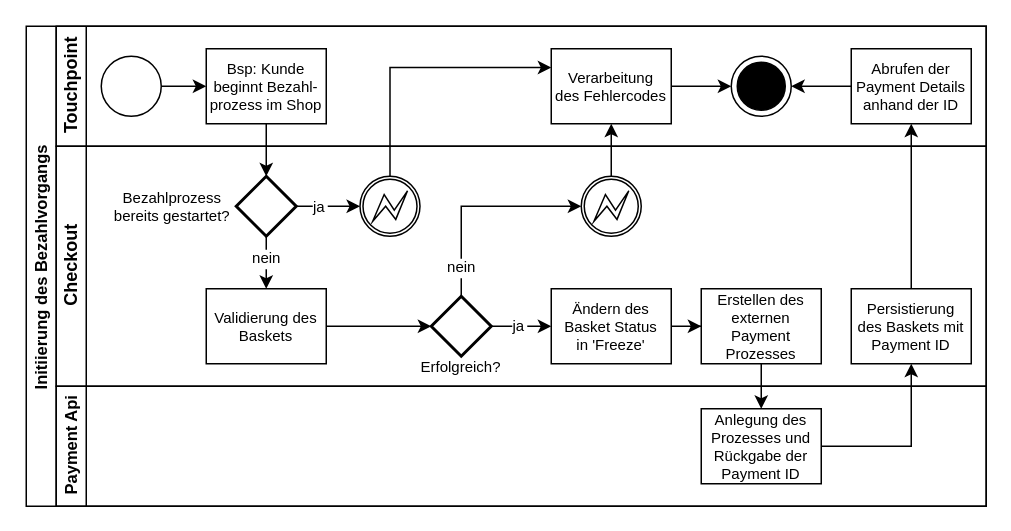
This is svg/SL InitPayment.drawio from Thalmaier/bachelor-thesis, a draw.io file, before an edit. Source tidied: cells renumbered, new cells numbered last; positions are measured from the earlier drawing's top-left corner, leaving out a move shared by most shapes. Both pictures are drawn from the tidied source at 150%, with x=0, y=0 at pixel (26, 26).
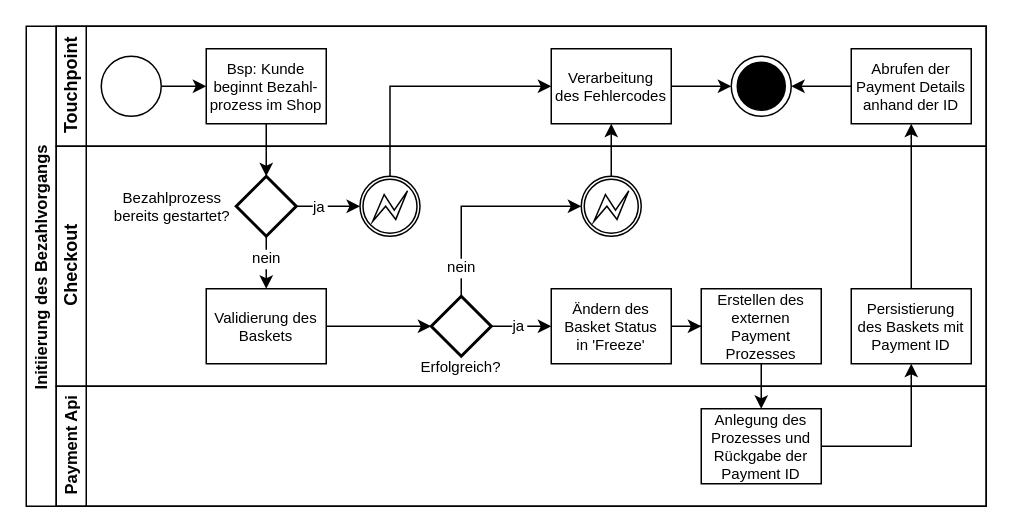
The same page after the edit.

Unchanged cells that the change refers to:
```xml
<mxCell id="2" value="Initiierung des Bezahlvorgangs" style="swimlane;horizontal=0;startSize=20;fontColor=#000000;strokeColor=#000000;fontSize=11;fillColor=none;" parent="1" vertex="1">
  <mxGeometry width="640" height="320" as="geometry" />
</mxCell>
<mxCell id="8" value="Verarbeitung&#10;des Fehlercodes" style="rounded=0;fontFamily=Helvetica;fontSize=10;fontColor=#000000;align=center;strokeColor=#000000;fillColor=#FFFFFF;" parent="3" vertex="1">
  <mxGeometry x="330" y="15" width="80" height="50" as="geometry" />
</mxCell>
<mxCell id="16" style="points=[[0.145,0.145,0],[0.5,0,0],[0.855,0.145,0],[1,0.5,0],[0.855,0.855,0],[0.5,1,0],[0.145,0.855,0],[0,0.5,0]];shape=mxgraph.bpmn.event;html=1;verticalLabelPosition=bottom;labelBackgroundColor=#ffffff;verticalAlign=top;align=center;perimeter=ellipsePerimeter;outlineConnect=0;outline=boundInt;symbol=error;fontSize=10;fontColor=#000000;strokeColor=#000000;fillColor=#FFFFFF;" parent="15" vertex="1">
  <mxGeometry x="202.5" y="20" width="40" height="40" as="geometry" />
</mxCell>
```

Change to the diagram source:
```diff
@@
-    <mxCell id="13" style="edgeStyle=orthogonalEdgeStyle;rounded=0;jettySize=auto;html=1;fontSize=10;fontColor=#000000;strokeColor=#000000;exitX=0.5;exitY=0;exitDx=0;exitDy=0;exitPerimeter=0;entryX=0;entryY=0.25;entryDx=0;entryDy=0;" parent="2" edge="1" source="16" target="8">
+    <mxCell id="13" style="edgeStyle=orthogonalEdgeStyle;rounded=0;jettySize=auto;html=1;fontSize=10;fontColor=#000000;strokeColor=#000000;exitX=0.5;exitY=0;exitDx=0;exitDy=0;exitPerimeter=0;entryX=0;entryY=0.5;entryDx=0;entryDy=0;" parent="2" edge="1" source="16" target="8">
       <mxGeometry relative="1" as="geometry" />
     </mxCell>
```
